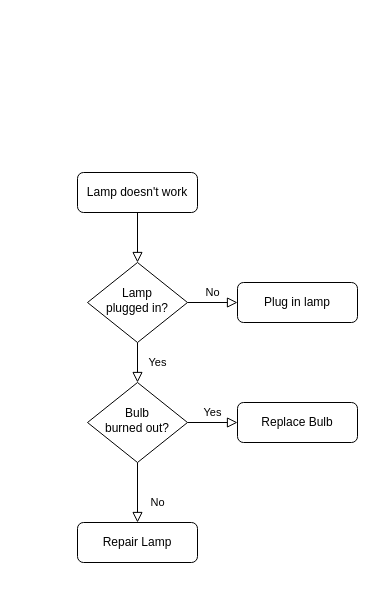
The draw.io diagram Untitled Diagram.drawio in Firefly-m/firefly1053509482, before the edit. Source tidied: cells renumbered, new cells numbered last; positions are measured from the earlier drawing's top-left corner, leaving out a move shared by most shapes. Both pictures are drawn from the tidied source at 100%, with x=0, y=0 at pixel (77, 172).
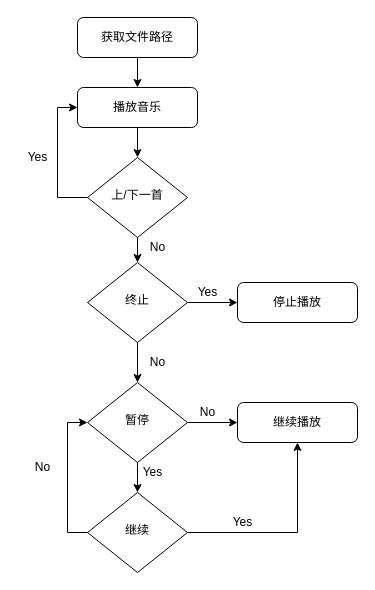
The same diagram, later.

The edit, as a diff of the source:
```diff
@@
-    <mxCell id="2" style="rounded=0;html=1;jettySize=auto;fontSize=11;endArrow=block;endFill=0;endSize=8;strokeWidth=1;shadow=0;labelBackgroundColor=none;edgeStyle=orthogonalEdgeStyle;" parent="1" edge="1" source="3" target="6">
-      <mxGeometry relative="1" as="geometry" />
-    </mxCell>
+    <mxCell id="13" style="edgeStyle=orthogonalEdgeStyle;rounded=0;jettySize=auto;html=1;exitX=0.5;exitY=1;exitDx=0;exitDy=0;entryX=0.5;entryY=0;entryDx=0;entryDy=0;" parent="1" edge="1" source="3" target="28">
+      <mxGeometry relative="1" as="geometry" />
+    </mxCell>
-    <mxCell id="3" value="Lamp doesn't work" style="rounded=1;whiteSpace=wrap;html=1;fontSize=12;glass=0;strokeWidth=1;shadow=0;" parent="1" vertex="1">
-      <mxGeometry width="120" height="40" as="geometry" />
+    <mxCell id="3" value="播放音乐" style="rounded=1;whiteSpace=wrap;html=1;fontSize=12;glass=0;strokeWidth=1;shadow=0;" parent="1" vertex="1">
+      <mxGeometry y="-85" width="120" height="40" as="geometry" />
     </mxCell>
+    <mxCell id="5" style="edgeStyle=orthogonalEdgeStyle;rounded=0;jettySize=auto;html=1;exitX=1;exitY=0.5;exitDx=0;exitDy=0;entryX=0;entryY=0.5;entryDx=0;entryDy=0;" parent="1" edge="1" source="6" target="7">
+      <mxGeometry relative="1" as="geometry" />
+    </mxCell>
-    <mxCell id="4" value="Yes" style="rounded=0;html=1;jettySize=auto;fontSize=11;endArrow=block;endFill=0;endSize=8;strokeWidth=1;shadow=0;labelBackgroundColor=none;edgeStyle=orthogonalEdgeStyle;" parent="1" edge="1" source="6" target="10">
-      <mxGeometry y="20" relative="1" as="geometry" />
+    <mxCell id="4" style="edgeStyle=orthogonalEdgeStyle;rounded=0;jettySize=auto;html=1;exitX=0.5;exitY=1;exitDx=0;exitDy=0;entryX=0.5;entryY=0;entryDx=0;entryDy=0;" parent="1" edge="1" source="6" target="10">
+      <mxGeometry relative="1" as="geometry" />
     </mxCell>
-    <mxCell id="5" value="No" style="edgeStyle=orthogonalEdgeStyle;rounded=0;html=1;jettySize=auto;fontSize=11;endArrow=block;endFill=0;endSize=8;strokeWidth=1;shadow=0;labelBackgroundColor=none;" parent="1" edge="1" source="6" target="7">
-      <mxGeometry y="10" relative="1" as="geometry" />
-    </mxCell>
-    <mxCell id="6" value="Lamp&lt;br&gt;plugged in?" style="rhombus;whiteSpace=wrap;html=1;shadow=0;fontFamily=Helvetica;fontSize=12;align=center;strokeWidth=1;spacing=6;spacingTop=-4;" parent="1" vertex="1">
+    <mxCell id="6" value="终止" style="rhombus;whiteSpace=wrap;html=1;shadow=0;fontFamily=Helvetica;fontSize=12;align=center;strokeWidth=1;spacing=6;spacingTop=-4;" parent="1" vertex="1">
       <mxGeometry x="10" y="90" width="100" height="80" as="geometry" />
     </mxCell>
-    <mxCell id="7" value="Plug in lamp" style="rounded=1;whiteSpace=wrap;html=1;fontSize=12;glass=0;strokeWidth=1;shadow=0;" parent="1" vertex="1">
+    <mxCell id="7" value="停止播放" style="rounded=1;whiteSpace=wrap;html=1;fontSize=12;glass=0;strokeWidth=1;shadow=0;" parent="1" vertex="1">
       <mxGeometry x="160" y="110" width="120" height="40" as="geometry" />
     </mxCell>
-    <mxCell id="8" value="No" style="rounded=0;html=1;jettySize=auto;fontSize=11;endArrow=block;endFill=0;endSize=8;strokeWidth=1;shadow=0;labelBackgroundColor=none;edgeStyle=orthogonalEdgeStyle;" parent="1" edge="1" source="10" target="11">
-      <mxGeometry x="0.33" y="20" relative="1" as="geometry" />
-    </mxCell>
-    <mxCell id="9" value="Yes" style="edgeStyle=orthogonalEdgeStyle;rounded=0;html=1;jettySize=auto;fontSize=11;endArrow=block;endFill=0;endSize=8;strokeWidth=1;shadow=0;labelBackgroundColor=none;" parent="1" edge="1" source="10" target="12">
-      <mxGeometry y="10" relative="1" as="geometry" />
+    <mxCell id="9" style="edgeStyle=orthogonalEdgeStyle;rounded=0;jettySize=auto;html=1;exitX=1;exitY=0.5;exitDx=0;exitDy=0;entryX=0;entryY=0.5;entryDx=0;entryDy=0;" parent="1" edge="1" source="10" target="12">
+      <mxGeometry relative="1" as="geometry" />
     </mxCell>
+    <mxCell id="14" style="edgeStyle=orthogonalEdgeStyle;rounded=0;jettySize=auto;html=1;exitX=0.5;exitY=1;exitDx=0;exitDy=0;entryX=0.5;entryY=0;entryDx=0;entryDy=0;" parent="1" edge="1" source="10">
+      <mxGeometry relative="1" as="geometry">
+        <mxPoint x="60" y="320" as="targetPoint" />
+      </mxGeometry>
+    </mxCell>
-    <mxCell id="10" value="Bulb&lt;br&gt;burned out?" style="rhombus;whiteSpace=wrap;html=1;shadow=0;fontFamily=Helvetica;fontSize=12;align=center;strokeWidth=1;spacing=6;spacingTop=-4;" parent="1" vertex="1">
+    <mxCell id="10" value="暂停" style="rhombus;whiteSpace=wrap;html=1;shadow=0;fontFamily=Helvetica;fontSize=12;align=center;strokeWidth=1;spacing=6;spacingTop=-4;" parent="1" vertex="1">
       <mxGeometry x="10" y="210" width="100" height="80" as="geometry" />
     </mxCell>
-    <mxCell id="11" value="Repair Lamp" style="rounded=1;whiteSpace=wrap;html=1;fontSize=12;glass=0;strokeWidth=1;shadow=0;" parent="1" vertex="1">
-      <mxGeometry y="350" width="120" height="40" as="geometry" />
-    </mxCell>
-    <mxCell id="12" value="Replace Bulb" style="rounded=1;whiteSpace=wrap;html=1;fontSize=12;glass=0;strokeWidth=1;shadow=0;" parent="1" vertex="1">
+    <mxCell id="12" value="继续播放" style="rounded=1;whiteSpace=wrap;html=1;fontSize=12;glass=0;strokeWidth=1;shadow=0;" parent="1" vertex="1">
       <mxGeometry x="160" y="230" width="120" height="40" as="geometry" />
     </mxCell>
+    <mxCell id="15" style="edgeStyle=orthogonalEdgeStyle;rounded=0;jettySize=auto;html=1;exitX=0.5;exitY=1;exitDx=0;exitDy=0;entryX=0.5;entryY=0;entryDx=0;entryDy=0;" parent="1" edge="1" source="16" target="3">
+      <mxGeometry relative="1" as="geometry" />
+    </mxCell>
+    <mxCell id="16" value="获取文件路径" style="rounded=1;whiteSpace=wrap;html=1;fontSize=12;glass=0;strokeWidth=1;shadow=0;" parent="1" vertex="1">
+      <mxGeometry y="-155" width="120" height="40" as="geometry" />
+    </mxCell>
+    <mxCell id="17" value="Yes" style="text;html=1;align=center;verticalAlign=middle;" parent="1" vertex="1">
+      <mxGeometry x="110" y="110" width="40" height="20" as="geometry" />
+    </mxCell>
+    <mxCell id="18" value="No" style="text;html=1;align=center;verticalAlign=middle;" parent="1" vertex="1">
+      <mxGeometry x="65" y="180" width="30" height="20" as="geometry" />
+    </mxCell>
+    <mxCell id="19" value="Yes" style="text;html=1;align=center;verticalAlign=middle;" parent="1" vertex="1">
+      <mxGeometry x="55" y="290" width="40" height="20" as="geometry" />
+    </mxCell>
+    <mxCell id="20" value="No" style="text;html=1;align=center;verticalAlign=middle;" parent="1" vertex="1">
+      <mxGeometry x="115" y="230" width="30" height="20" as="geometry" />
+    </mxCell>
+    <mxCell id="21" style="edgeStyle=orthogonalEdgeStyle;rounded=0;jettySize=auto;html=1;exitX=0;exitY=0.5;exitDx=0;exitDy=0;entryX=0;entryY=0.5;entryDx=0;entryDy=0;" parent="1" edge="1" source="23" target="10">
+      <mxGeometry relative="1" as="geometry" />
+    </mxCell>
+    <mxCell id="22" style="edgeStyle=orthogonalEdgeStyle;rounded=0;jettySize=auto;html=1;exitX=1;exitY=0.5;exitDx=0;exitDy=0;entryX=0.5;entryY=1;entryDx=0;entryDy=0;" parent="1" edge="1" source="23" target="12">
+      <mxGeometry relative="1" as="geometry" />
+    </mxCell>
+    <mxCell id="23" value="继续" style="rhombus;whiteSpace=wrap;html=1;shadow=0;fontFamily=Helvetica;fontSize=12;align=center;strokeWidth=1;spacing=6;spacingTop=-4;" parent="1" vertex="1">
+      <mxGeometry x="10" y="320" width="100" height="80" as="geometry" />
+    </mxCell>
+    <mxCell id="24" value="No" style="text;html=1;align=center;verticalAlign=middle;" parent="1" vertex="1">
+      <mxGeometry x="-50" y="285" width="30" height="20" as="geometry" />
+    </mxCell>
+    <mxCell id="25" value="Yes" style="text;html=1;align=center;verticalAlign=middle;" parent="1" vertex="1">
+      <mxGeometry x="145" y="340" width="40" height="20" as="geometry" />
+    </mxCell>
+    <mxCell id="26" style="edgeStyle=orthogonalEdgeStyle;rounded=0;jettySize=auto;html=1;exitX=0.5;exitY=1;exitDx=0;exitDy=0;entryX=0.5;entryY=0;entryDx=0;entryDy=0;" parent="1" edge="1" source="28" target="6">
+      <mxGeometry relative="1" as="geometry" />
+    </mxCell>
+    <mxCell id="27" style="edgeStyle=orthogonalEdgeStyle;rounded=0;jettySize=auto;html=1;exitX=0;exitY=0.5;exitDx=0;exitDy=0;entryX=0;entryY=0.5;entryDx=0;entryDy=0;" parent="1" edge="1" source="28" target="3">
+      <mxGeometry relative="1" as="geometry" />
+    </mxCell>
+    <mxCell id="28" value="上/下一首" style="rhombus;whiteSpace=wrap;html=1;shadow=0;fontFamily=Helvetica;fontSize=12;align=center;strokeWidth=1;spacing=6;spacingTop=-4;" parent="1" vertex="1">
+      <mxGeometry x="10" y="-15" width="100" height="80" as="geometry" />
+    </mxCell>
+    <mxCell id="29" value="No" style="text;html=1;align=center;verticalAlign=middle;" parent="1" vertex="1">
+      <mxGeometry x="65" y="65" width="30" height="20" as="geometry" />
+    </mxCell>
+    <mxCell id="30" value="Yes" style="text;html=1;align=center;verticalAlign=middle;" parent="1" vertex="1">
+      <mxGeometry x="-60" y="-25" width="40" height="20" as="geometry" />
+    </mxCell>
```
